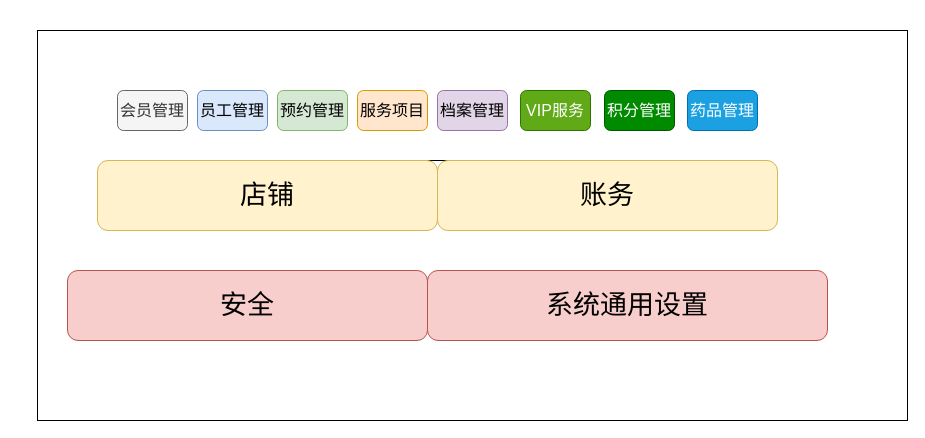
This is health_stru.drawio from dengjunwen/UML, a draw.io file, before an edit. Source tidied: cells renumbered, new cells numbered last; positions are measured from the earlier drawing's top-left corner, leaving out a move shared by most shapes. Both pictures are drawn from the tidied source at 100%, with x=0, y=0 at pixel (37, 30).
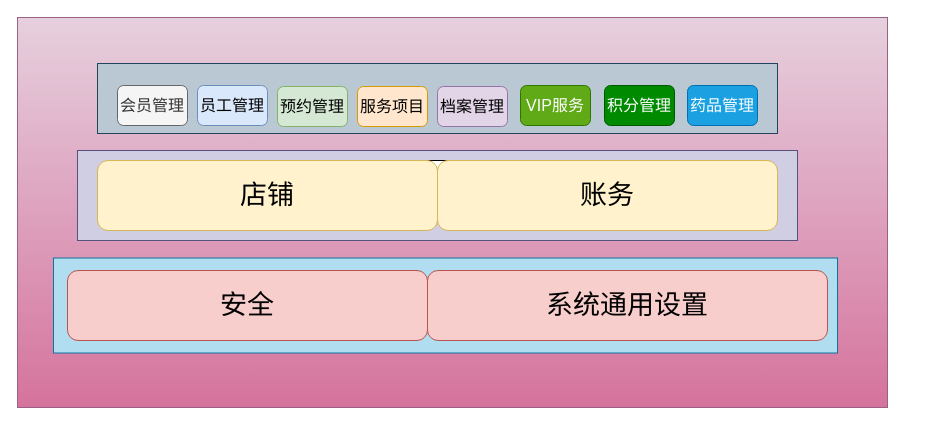
Above is the later version.

Change to the diagram source:
```diff
@@
 <mxGraphModel>
   <root>
     <mxCell id="0" />
     <mxCell id="1" parent="0" />
-    <mxCell id="2" style="rounded=0;whiteSpace=wrap;html=1;" parent="1" vertex="1">
-      <mxGeometry width="870" height="390" as="geometry" />
+    <mxCell id="2" style="rounded=0;whiteSpace=wrap;html=1;fillColor=#e6d0de;strokeColor=#996185;gradientColor=#d5739d;" parent="1" vertex="1">
+      <mxGeometry x="-20" y="-13" width="870" height="390" as="geometry" />
     </mxCell>
+    <mxCell id="16" style="rounded=0;whiteSpace=wrap;html=1;fillColor=#bac8d3;strokeColor=#23445d;" parent="1" vertex="1">
+      <mxGeometry x="60" y="33" width="680" height="70" as="geometry" />
+    </mxCell>
+    <mxCell id="17" style="rounded=0;whiteSpace=wrap;html=1;fillColor=#d0cee2;strokeColor=#56517e;" parent="1" vertex="1">
+      <mxGeometry x="40" y="120" width="720" height="90" as="geometry" />
+    </mxCell>
+    <mxCell id="18" style="rounded=0;whiteSpace=wrap;html=1;fillColor=#b1ddf0;strokeColor=#10739e;" parent="1" vertex="1">
+      <mxGeometry x="16" y="227.5" width="784" height="95" as="geometry" />
+    </mxCell>
     <mxCell id="3" value="安全" style="rounded=1;whiteSpace=wrap;html=1;fillColor=#f8cecc;strokeColor=#b85450;fontSize=27;" parent="1" vertex="1">
       <mxGeometry x="30" y="240" width="360" height="70" as="geometry" />
     </mxCell>
     <mxCell id="4" value="系统通用设置" style="rounded=1;whiteSpace=wrap;html=1;fillColor=#f8cecc;strokeColor=#b85450;fontSize=27;" parent="1" vertex="1">
       <mxGeometry x="390" y="240" width="400" height="70" as="geometry" />
     </mxCell>
     <mxCell id="5" style="rounded=1;whiteSpace=wrap;html=1;fontSize=16;" parent="1" vertex="1">
       <mxGeometry x="170" y="130" width="460" height="60" as="geometry" />
     </mxCell>
     <mxCell id="6" value="店铺" style="rounded=1;whiteSpace=wrap;html=1;fillColor=#fff2cc;strokeColor=#d6b656;fontSize=27;" parent="1" vertex="1">
       <mxGeometry x="60" y="130" width="340" height="70" as="geometry" />
     </mxCell>
     <mxCell id="7" value="账务" style="rounded=1;whiteSpace=wrap;html=1;fillColor=#fff2cc;strokeColor=#d6b656;fontSize=27;" parent="1" vertex="1">
       <mxGeometry x="400" y="130" width="340" height="70" as="geometry" />
     </mxCell>
     <mxCell id="8" value="会员管理" style="rounded=1;whiteSpace=wrap;html=1;fillColor=#f5f5f5;strokeColor=#666666;fontColor=#333333;fontSize=16;" parent="1" vertex="1">
-      <mxGeometry x="80" y="60" width="70" height="40" as="geometry" />
+      <mxGeometry x="80" y="55" width="70" height="40" as="geometry" />
     </mxCell>
     <mxCell id="9" value="员工管理" style="rounded=1;whiteSpace=wrap;html=1;fillColor=#dae8fc;strokeColor=#6c8ebf;fontSize=16;" parent="1" vertex="1">
-      <mxGeometry x="160" y="60" width="70" height="40" as="geometry" />
+      <mxGeometry x="160" y="55" width="70" height="40" as="geometry" />
     </mxCell>
     <mxCell id="10" value="预约管理" style="rounded=1;whiteSpace=wrap;html=1;fillColor=#d5e8d4;strokeColor=#82b366;fontSize=16;" parent="1" vertex="1">
-      <mxGeometry x="240" y="60" width="70" height="40" as="geometry" />
+      <mxGeometry x="240" y="56" width="70" height="40" as="geometry" />
     </mxCell>
     <mxCell id="11" value="档案管理" style="rounded=1;whiteSpace=wrap;html=1;fillColor=#e1d5e7;strokeColor=#9673a6;fontSize=16;" parent="1" vertex="1">
-      <mxGeometry x="400" y="60" width="70" height="40" as="geometry" />
+      <mxGeometry x="400" y="56" width="70" height="40" as="geometry" />
     </mxCell>
     <mxCell id="12" value="服务项目" style="rounded=1;whiteSpace=wrap;html=1;fillColor=#ffe6cc;strokeColor=#d79b00;fontSize=16;" parent="1" vertex="1">
-      <mxGeometry x="320" y="60" width="70" height="40" as="geometry" />
+      <mxGeometry x="320" y="56" width="70" height="40" as="geometry" />
     </mxCell>
     <mxCell id="13" value="药品管理" style="rounded=1;whiteSpace=wrap;html=1;fillColor=#1ba1e2;fontColor=#ffffff;strokeColor=#006EAF;fontSize=16;" parent="1" vertex="1">
-      <mxGeometry x="650" y="60" width="70" height="40" as="geometry" />
+      <mxGeometry x="650" y="55" width="70" height="40" as="geometry" />
     </mxCell>
     <mxCell id="14" value="积分管理" style="rounded=1;whiteSpace=wrap;html=1;fillColor=#008a00;fontColor=#ffffff;strokeColor=#005700;fontSize=16;" parent="1" vertex="1">
-      <mxGeometry x="567" y="60" width="70" height="40" as="geometry" />
+      <mxGeometry x="567" y="55" width="70" height="40" as="geometry" />
     </mxCell>
     <mxCell id="15" value="VIP服务" style="rounded=1;whiteSpace=wrap;html=1;fillColor=#60a917;fontColor=#ffffff;strokeColor=#2D7600;fontSize=16;" parent="1" vertex="1">
-      <mxGeometry x="483" y="60" width="70" height="40" as="geometry" />
+      <mxGeometry x="483" y="55" width="70" height="40" as="geometry" />
     </mxCell>
   </root>
 </mxGraphModel>
```
